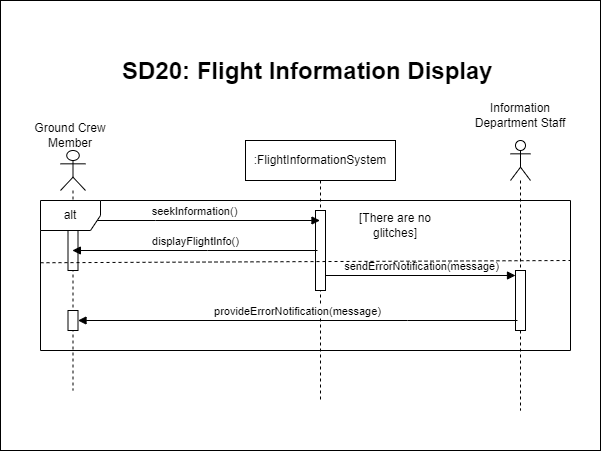
Before: Diagramms/Sequence Diagrams/SequenceDiagram20.png, a diagram exported from draw.io (Smr002/Group01_Airport_Management_System). Source tidied: cells renumbered, new cells last; positions are measured from the earlier drawing's top-left corner, leaving out a move shared by most shapes.
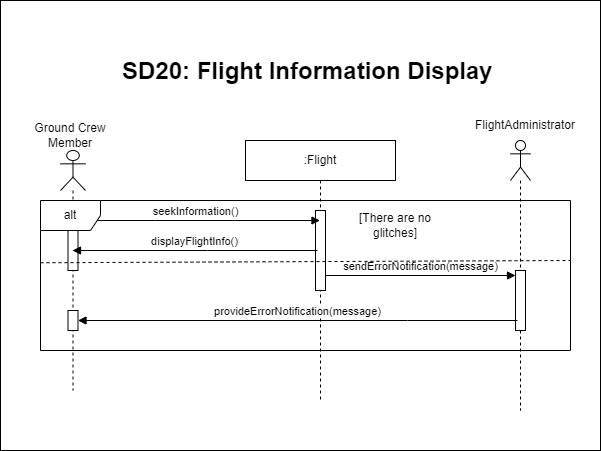
Later version of the same file.

What changed in the source:
```diff
@@ -5,7 +5,7 @@
     <mxCell id="2" style="rounded=0;whiteSpace=wrap;html=1;" parent="1" vertex="1">
       <mxGeometry width="600" height="450" as="geometry" />
     </mxCell>
-    <mxCell id="3" value=":FlightInformationSystem" style="shape=umlLifeline;perimeter=lifelinePerimeter;whiteSpace=wrap;html=1;outlineConnect=0;portConstraint=eastwest;newEdgeStyle={&quot;edgeStyle&quot;:&quot;elbowEdgeStyle&quot;,&quot;elbow&quot;:&quot;vertical&quot;,&quot;curved&quot;:0,&quot;rounded&quot;:0};" parent="1" vertex="1">
+    <mxCell id="3" value=":Flight" style="shape=umlLifeline;perimeter=lifelinePerimeter;whiteSpace=wrap;html=1;outlineConnect=0;portConstraint=eastwest;newEdgeStyle={&quot;edgeStyle&quot;:&quot;elbowEdgeStyle&quot;,&quot;elbow&quot;:&quot;vertical&quot;,&quot;curved&quot;:0,&quot;rounded&quot;:0};" parent="1" vertex="1">
       <mxGeometry x="245" y="140" width="150" height="260" as="geometry" />
     </mxCell>
     <mxCell id="4" style="html=1;points=[[0,0,0,0,5],[0,1,0,0,-5],[1,0,0,0,5],[1,1,0,0,-5]];perimeter=orthogonalPerimeter;outlineConnect=0;targetShapes=umlLifeline;portConstraint=eastwest;newEdgeStyle={&quot;curved&quot;:0,&quot;rounded&quot;:0};" parent="3" vertex="1">
@@ -40,8 +40,8 @@
     <mxCell id="12" style="html=1;points=[[0,0,0,0,5],[0,1,0,0,-5],[1,0,0,0,5],[1,1,0,0,-5]];perimeter=orthogonalPerimeter;outlineConnect=0;targetShapes=umlLifeline;portConstraint=eastwest;newEdgeStyle={&quot;curved&quot;:0,&quot;rounded&quot;:0};" parent="11" vertex="1">
       <mxGeometry x="5" y="130" width="10" height="60" as="geometry" />
     </mxCell>
-    <mxCell id="13" value="Information Department Staff" style="text;strokeColor=none;align=center;fillColor=none;html=1;verticalAlign=middle;whiteSpace=wrap;rounded=0;" parent="1" vertex="1">
-      <mxGeometry x="470" y="100" width="100" height="30" as="geometry" />
+    <mxCell id="13" value="&lt;blockquote style=&quot;margin: 0 0 0 40px; border: none; padding: 0px;&quot;&gt;FlightAdministrator&lt;/blockquote&gt;" style="text;strokeColor=none;align=center;fillColor=none;html=1;verticalAlign=middle;whiteSpace=wrap;rounded=0;" parent="1" vertex="1">
+      <mxGeometry x="480" y="110" width="50" height="30" as="geometry" />
     </mxCell>
     <mxCell id="14" value="displayFlightInfo()" style="html=1;verticalAlign=bottom;endArrow=block;edgeStyle=elbowEdgeStyle;elbow=horizontal;curved=0;rounded=0;" parent="1" edge="1" target="6">
       <mxGeometry relative="1" as="geometry">
```
